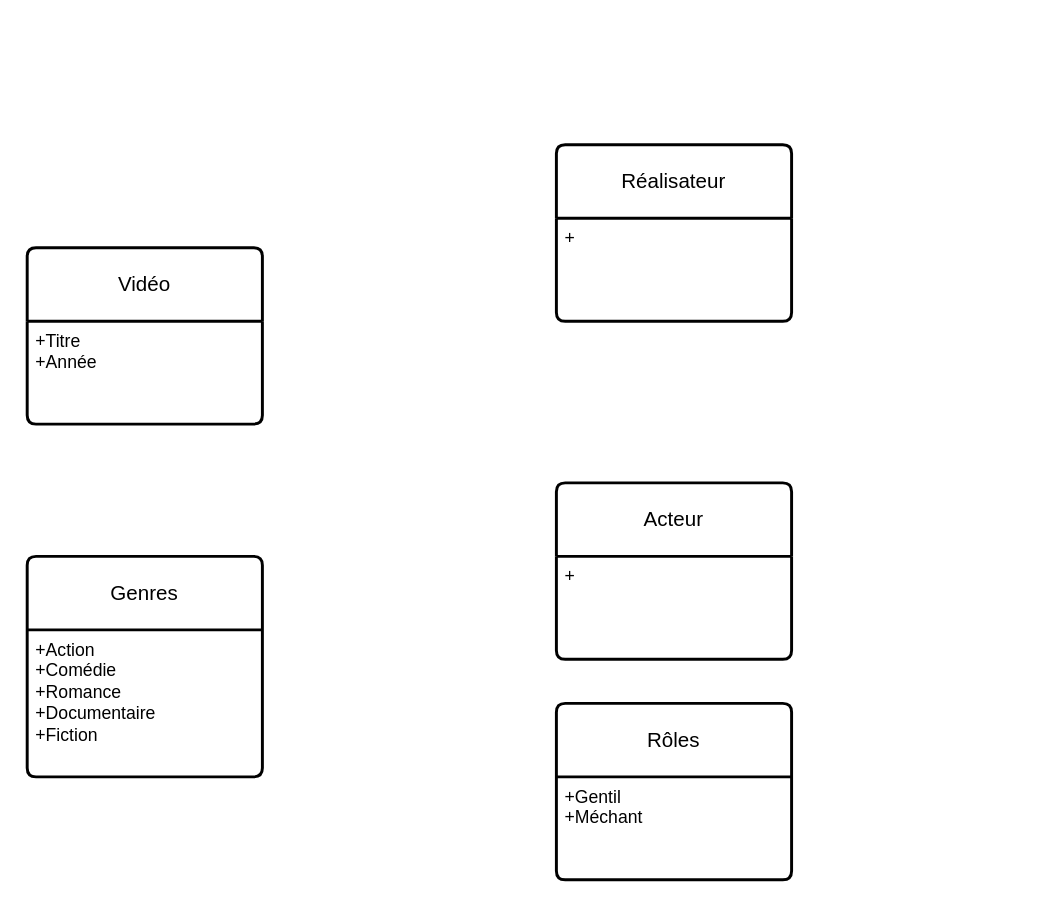
Before: Diagramme sans nom.drawio in Thomas-Fleury/template-tb, a draw.io diagram. Source tidied: cells renumbered, new cells numbered last; positions are measured from the earlier drawing's top-left corner, leaving out a move shared by most shapes. Both pictures are drawn from the tidied source at 147%, with x=0, y=0 at pixel (26, 144).
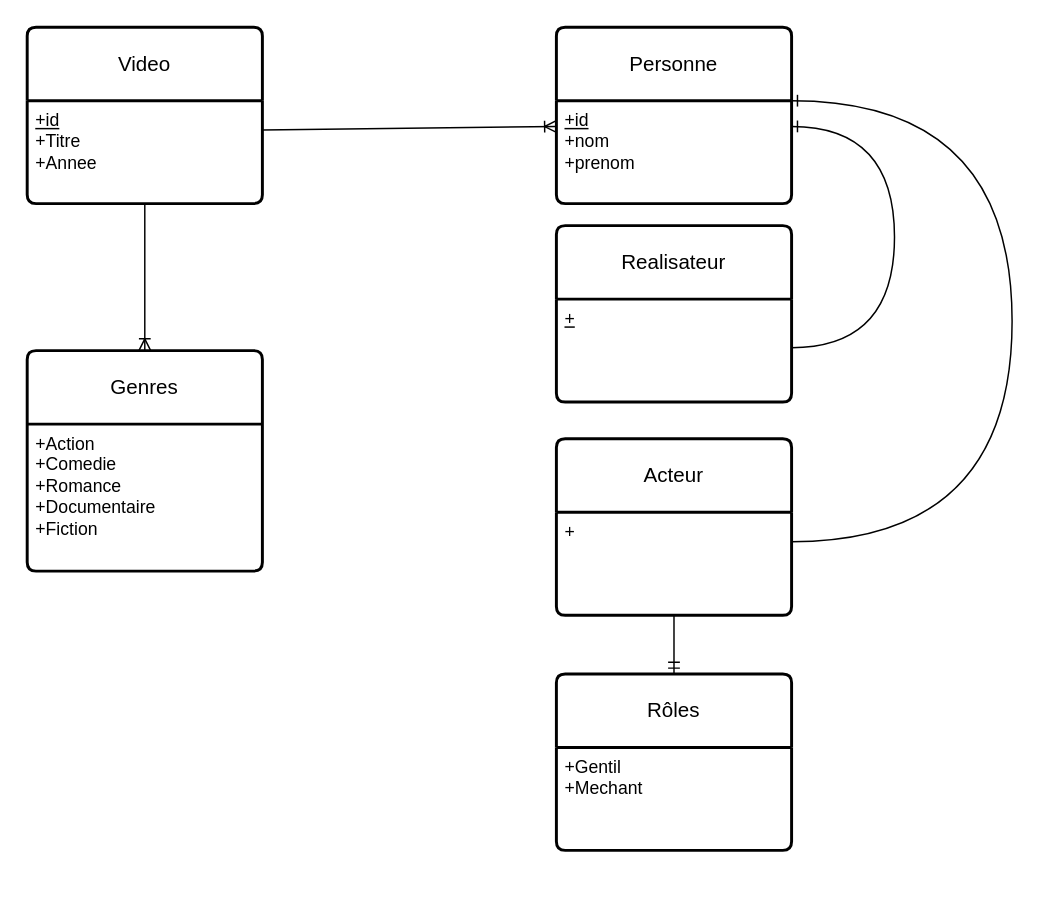
Above is the later version.

The change refers to these unchanged cells:
```xml
<mxCell id="10" value="+" style="align=left;strokeColor=none;fillColor=none;spacingLeft=4;fontSize=12;verticalAlign=top;html=1;" parent="9" vertex="1">
  <mxGeometry y="50" width="160" height="70" as="geometry" />
</mxCell>
```

Diff of the diagram source:
```diff
@@
     <mxCell id="2" value="Rôles" style="swimlane;horizontal=1;startSize=50;rounded=1;fontSize=14;fontStyle=0;strokeWidth=2;shadow=0;dashed=0;align=center;arcSize=4;whiteSpace=wrap;html=1;" parent="1" vertex="1">
-      <mxGeometry x="360" y="380" width="160" height="120" as="geometry" />
+      <mxGeometry x="360" y="360" width="160" height="120" as="geometry" />
     </mxCell>
-    <mxCell id="3" value="+Gentil&lt;br&gt;+Méchant" style="align=left;strokeColor=none;fillColor=none;spacingLeft=4;fontSize=12;verticalAlign=top;html=1;" parent="2" vertex="1">
+    <mxCell id="3" value="+Gentil&lt;br&gt;+Mechant" style="align=left;strokeColor=none;fillColor=none;spacingLeft=4;fontSize=12;verticalAlign=top;html=1;" parent="2" vertex="1">
       <mxGeometry y="50" width="160" height="70" as="geometry" />
     </mxCell>
     <mxCell id="4" value="Genres" style="swimlane;horizontal=1;startSize=50;rounded=1;fontSize=14;fontStyle=0;strokeWidth=2;shadow=0;dashed=0;align=center;arcSize=4;whiteSpace=wrap;html=1;" parent="1" vertex="1">
-      <mxGeometry y="280" width="160" height="150" as="geometry" />
+      <mxGeometry y="140" width="160" height="150" as="geometry" />
     </mxCell>
-    <mxCell id="5" value="+Action&lt;br&gt;+Comédie&lt;br&gt;+Romance&lt;br&gt;+Documentaire&lt;br&gt;+Fiction" style="align=left;strokeColor=none;fillColor=none;spacingLeft=4;fontSize=12;verticalAlign=top;html=1;" parent="4" vertex="1">
+    <mxCell id="5" value="+Action&lt;br&gt;+Comedie&lt;br&gt;+Romance&lt;br&gt;+Documentaire&lt;br&gt;+Fiction" style="align=left;strokeColor=none;fillColor=none;spacingLeft=4;fontSize=12;verticalAlign=top;html=1;" parent="4" vertex="1">
       <mxGeometry y="50" width="160" height="100" as="geometry" />
     </mxCell>
@@
-    <mxCell id="7" value="Vidéo" style="swimlane;horizontal=1;startSize=50;rounded=1;fontSize=14;fontStyle=0;strokeWidth=2;shadow=0;dashed=0;align=center;arcSize=4;whiteSpace=wrap;html=1;" parent="1" vertex="1">
-      <mxGeometry y="70" width="160" height="120" as="geometry" />
+    <mxCell id="7" value="Video" style="swimlane;horizontal=1;startSize=50;rounded=1;fontSize=14;fontStyle=0;strokeWidth=2;shadow=0;dashed=0;align=center;arcSize=4;whiteSpace=wrap;html=1;" parent="1" vertex="1">
+      <mxGeometry y="-80" width="160" height="120" as="geometry" />
     </mxCell>
-    <mxCell id="8" value="+Titre&lt;br&gt;+Année" style="align=left;strokeColor=none;fillColor=none;spacingLeft=4;fontSize=12;verticalAlign=top;html=1;" parent="7" vertex="1">
+    <mxCell id="8" value="&lt;u&gt;+id&lt;/u&gt;&lt;br&gt;+Titre&lt;br&gt;+Annee" style="align=left;strokeColor=none;fillColor=none;spacingLeft=4;fontSize=12;verticalAlign=top;html=1;" parent="7" vertex="1">
       <mxGeometry y="50" width="160" height="70" as="geometry" />
     </mxCell>
     <mxCell id="9" value="Acteur" style="swimlane;horizontal=1;startSize=50;rounded=1;fontSize=14;fontStyle=0;strokeWidth=2;shadow=0;dashed=0;align=center;arcSize=4;whiteSpace=wrap;html=1;" parent="1" vertex="1">
-      <mxGeometry x="360" y="230" width="160" height="120" as="geometry" />
+      <mxGeometry x="360" y="200" width="160" height="120" as="geometry" />
     </mxCell>
@@
-    <mxCell id="11" value="Réalisateur" style="swimlane;horizontal=1;startSize=50;rounded=1;fontSize=14;fontStyle=0;strokeWidth=2;shadow=0;dashed=0;align=center;arcSize=4;whiteSpace=wrap;html=1;" parent="1" vertex="1">
-      <mxGeometry x="360" width="160" height="120" as="geometry" />
+    <mxCell id="11" value="Realisateur" style="swimlane;horizontal=1;startSize=50;rounded=1;fontSize=14;fontStyle=0;strokeWidth=2;shadow=0;dashed=0;align=center;arcSize=4;whiteSpace=wrap;html=1;" parent="1" vertex="1">
+      <mxGeometry x="360" y="55" width="160" height="120" as="geometry" />
     </mxCell>
-    <mxCell id="12" value="+" style="align=left;strokeColor=none;fillColor=none;spacingLeft=4;fontSize=12;verticalAlign=top;html=1;" parent="11" vertex="1">
+    <mxCell id="12" value="&lt;u&gt;+&lt;/u&gt;" style="align=left;strokeColor=none;fillColor=none;spacingLeft=4;fontSize=12;verticalAlign=top;html=1;" parent="11" vertex="1">
       <mxGeometry y="50" width="160" height="70" as="geometry" />
     </mxCell>
+    <mxCell id="13" value="Personne" style="swimlane;horizontal=1;startSize=50;rounded=1;fontSize=14;fontStyle=0;strokeWidth=2;shadow=0;dashed=0;align=center;arcSize=4;whiteSpace=wrap;html=1;" parent="1" vertex="1">
+      <mxGeometry x="360" y="-80" width="160" height="120" as="geometry" />
+    </mxCell>
+    <mxCell id="14" value="&lt;u&gt;+id&lt;/u&gt;&lt;br&gt;+nom&lt;br&gt;+prenom" style="align=left;strokeColor=none;fillColor=none;spacingLeft=4;fontSize=12;verticalAlign=top;html=1;" parent="13" vertex="1">
+      <mxGeometry y="50" width="160" height="70" as="geometry" />
+    </mxCell>
+    <mxCell id="15" style="edgeStyle=orthogonalEdgeStyle;fontSize=12;html=1;endArrow=ERone;endFill=1;rounded=0;curved=1;entryX=1;entryY=0.25;entryDx=0;entryDy=0;" parent="1" edge="1" source="12" target="14">
+      <mxGeometry relative="1" as="geometry">
+        <Array as="points">
+          <mxPoint x="590" y="138" />
+          <mxPoint x="590" y="-12" />
+        </Array>
+      </mxGeometry>
+    </mxCell>
+    <mxCell id="16" style="edgeStyle=orthogonalEdgeStyle;fontSize=12;html=1;endArrow=ERone;endFill=1;rounded=0;curved=1;entryX=1;entryY=0.25;entryDx=0;entryDy=0;exitX=1;exitY=0;exitDx=0;exitDy=0;" parent="1" edge="1">
+      <mxGeometry relative="1" as="geometry">
+        <mxPoint x="520" y="270" as="sourcePoint" />
+        <mxPoint x="520" y="-30" as="targetPoint" />
+        <Array as="points">
+          <mxPoint x="670" y="270" />
+          <mxPoint x="670" y="-30" />
+        </Array>
+      </mxGeometry>
+    </mxCell>
+    <mxCell id="17" style="fontSize=12;html=1;endArrow=ERmandOne;rounded=0;entryX=0.5;entryY=0;entryDx=0;entryDy=0;" parent="1" edge="1" source="10" target="2">
+      <mxGeometry relative="1" as="geometry" />
+    </mxCell>
+    <mxCell id="18" style="fontSize=12;html=1;endArrow=ERoneToMany;rounded=0;entryX=0;entryY=0.25;entryDx=0;entryDy=0;" parent="1" edge="1" target="14">
+      <mxGeometry relative="1" as="geometry">
+        <mxPoint x="160" y="-10" as="sourcePoint" />
+      </mxGeometry>
+    </mxCell>
+    <mxCell id="19" style="fontSize=12;html=1;endArrow=ERoneToMany;rounded=0;exitX=0.5;exitY=1;exitDx=0;exitDy=0;entryX=0.5;entryY=0;entryDx=0;entryDy=0;" parent="1" edge="1" source="8" target="4">
+      <mxGeometry relative="1" as="geometry" />
+    </mxCell>
```
